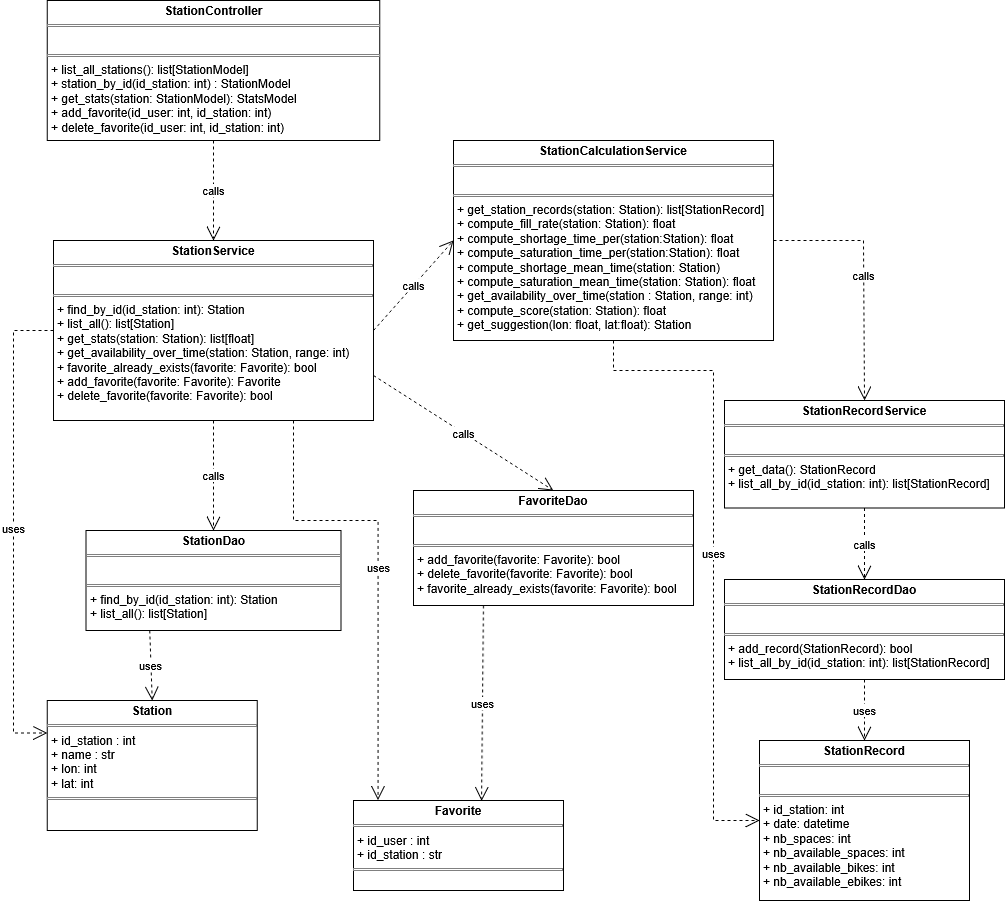
Earlier version of the draw.io export doc/rapport_analyse/img/diag_classes_station.png (Eddboy-ensai/ensai-it-project-2a-team14). Source tidied: cells renumbered, new cells last; positions are measured from the earlier drawing's top-left corner, leaving out a move shared by most shapes.
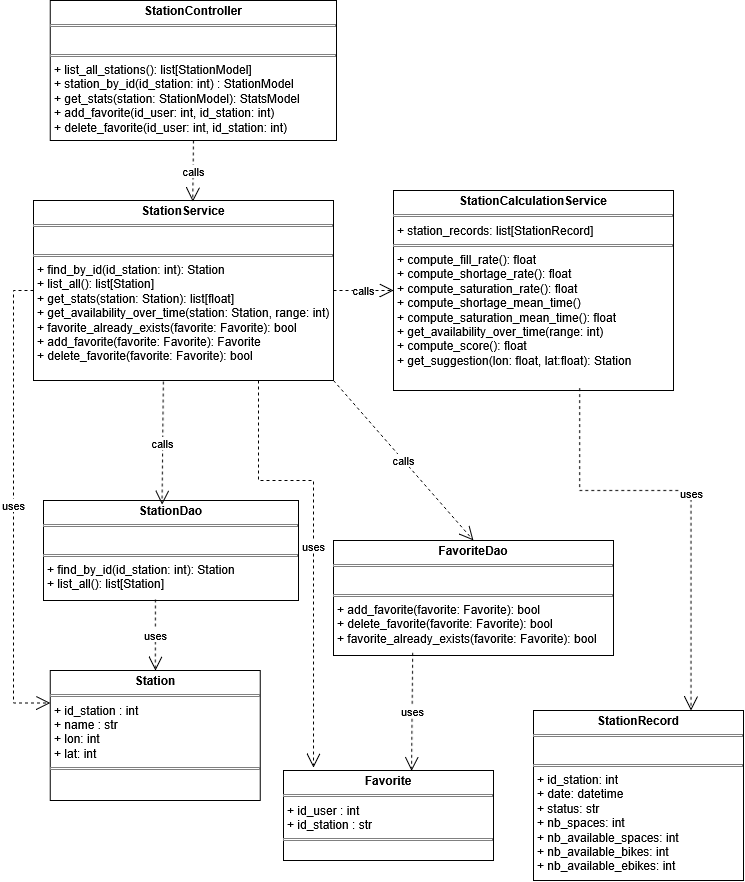
The same diagram one commit later.

What changed in the source:
```diff
@@ -3,96 +3,79 @@
     <mxCell id="0" />
     <mxCell id="1" parent="0" />
     <mxCell id="2" value="&lt;p style=&quot;margin:0px;margin-top:4px;text-align:center;&quot;&gt;&lt;b&gt;StationController&lt;/b&gt;&lt;/p&gt;&lt;hr size=&quot;1&quot; style=&quot;border-style:solid;&quot;&gt;&lt;p style=&quot;margin:0px;margin-left:4px;&quot;&gt;&lt;br&gt;&lt;/p&gt;&lt;hr size=&quot;1&quot; style=&quot;border-style:solid;&quot;&gt;&lt;p style=&quot;margin:0px;margin-left:4px;&quot;&gt;+ list_all_stations(): list[StationModel]&lt;/p&gt;&lt;p style=&quot;margin:0px;margin-left:4px;&quot;&gt;+ station_by_id(id_station: int) : StationModel&lt;/p&gt;&lt;p style=&quot;margin:0px;margin-left:4px;&quot;&gt;+ get_stats(station: StationModel): StatsModel&lt;/p&gt;&lt;p style=&quot;margin:0px;margin-left:4px;&quot;&gt;+ add_favorite(id_user: int, id_station: int)&lt;/p&gt;&lt;p style=&quot;margin:0px;margin-left:4px;&quot;&gt;+ delete_favorite(id_user: int, id_station: int)&lt;/p&gt;" style="verticalAlign=top;align=left;overflow=fill;html=1;whiteSpace=wrap;" parent="1" vertex="1">
-      <mxGeometry x="33.8" width="332.5" height="140" as="geometry" />
+      <mxGeometry x="-63.1" y="-40" width="286.2" height="140" as="geometry" />
     </mxCell>
     <mxCell id="3" value="&lt;p style=&quot;margin:0px;margin-top:4px;text-align:center;&quot;&gt;&lt;b&gt;StationService&lt;/b&gt;&lt;/p&gt;&lt;hr size=&quot;1&quot; style=&quot;border-style:solid;&quot;&gt;&lt;p style=&quot;margin:0px;margin-left:4px;&quot;&gt;&lt;br&gt;&lt;/p&gt;&lt;hr size=&quot;1&quot; style=&quot;border-style:solid;&quot;&gt;&lt;p style=&quot;margin:0px;margin-left:4px;&quot;&gt;+ find_by_id(id_station: int):&amp;nbsp;Station&lt;/p&gt;&lt;p style=&quot;margin:0px;margin-left:4px;&quot;&gt;+ list_all(): list[Station]&lt;/p&gt;&lt;p style=&quot;margin:0px;margin-left:4px;&quot;&gt;+ get_stats(station: Station): list[float]&lt;/p&gt;&lt;p style=&quot;margin:0px;margin-left:4px;&quot;&gt;+ get_availability_over_time(station: Station, range: int)&lt;/p&gt;&lt;p style=&quot;margin:0px;margin-left:4px;&quot;&gt;+ favorite_already_exists(favorite: Favorite): bool&lt;/p&gt;&lt;p style=&quot;margin:0px;margin-left:4px;&quot;&gt;+ add_favorite(favorite: Favorite): Favorite&lt;/p&gt;&lt;p style=&quot;margin:0px;margin-left:4px;&quot;&gt;+ delete_favorite(favorite: Favorite): bool&lt;/p&gt;" style="verticalAlign=top;align=left;overflow=fill;html=1;whiteSpace=wrap;" parent="1" vertex="1">
-      <mxGeometry x="40" y="240" width="320" height="180" as="geometry" />
+      <mxGeometry x="-80" y="160" width="300" height="180" as="geometry" />
     </mxCell>
     <mxCell id="4" value="&lt;p style=&quot;margin:0px;margin-top:4px;text-align:center;&quot;&gt;&lt;b&gt;StationDao&lt;/b&gt;&lt;/p&gt;&lt;hr size=&quot;1&quot; style=&quot;border-style:solid;&quot;&gt;&lt;p style=&quot;margin:0px;margin-left:4px;&quot;&gt;&lt;br&gt;&lt;/p&gt;&lt;hr size=&quot;1&quot; style=&quot;border-style:solid;&quot;&gt;&lt;p style=&quot;margin:0px;margin-left:4px;&quot;&gt;+ find_by_id(id_station: int):&amp;nbsp;Station&lt;/p&gt;&lt;p style=&quot;margin:0px;margin-left:4px;&quot;&gt;+ list_all(): list[Station]&lt;/p&gt;" style="verticalAlign=top;align=left;overflow=fill;html=1;whiteSpace=wrap;" parent="1" vertex="1">
-      <mxGeometry x="72.5" y="530" width="255" height="100" as="geometry" />
+      <mxGeometry x="-70" y="460" width="255" height="100" as="geometry" />
     </mxCell>
-    <mxCell id="5" value="&lt;p style=&quot;margin:0px;margin-top:4px;text-align:center;&quot;&gt;&lt;b&gt;StationRecordService&lt;/b&gt;&lt;/p&gt;&lt;hr size=&quot;1&quot; style=&quot;border-style:solid;&quot;&gt;&lt;p style=&quot;margin:0px;margin-left:4px;&quot;&gt;&lt;br&gt;&lt;/p&gt;&lt;hr size=&quot;1&quot; style=&quot;border-style:solid;&quot;&gt;&lt;p style=&quot;margin:0px;margin-left:4px;&quot;&gt;+ get_data():&amp;nbsp;StationRecord&lt;/p&gt;&lt;p style=&quot;margin:0px;margin-left:4px;&quot;&gt;+ list_all_by_id(id_station: int): list[StationRecord]&lt;/p&gt;" style="verticalAlign=top;align=left;overflow=fill;html=1;whiteSpace=wrap;" parent="1" vertex="1">
-      <mxGeometry x="711" y="400" width="280" height="107.5" as="geometry" />
-    </mxCell>
-    <mxCell id="6" value="&lt;p style=&quot;margin:0px;margin-top:4px;text-align:center;&quot;&gt;&lt;b&gt;StationRecordDao&lt;/b&gt;&lt;/p&gt;&lt;hr size=&quot;1&quot; style=&quot;border-style:solid;&quot;&gt;&lt;p style=&quot;margin:0px;margin-left:4px;&quot;&gt;&lt;br&gt;&lt;/p&gt;&lt;hr size=&quot;1&quot; style=&quot;border-style:solid;&quot;&gt;&lt;p style=&quot;margin:0px;margin-left:4px;&quot;&gt;+ add_record(StationRecord): bool&lt;/p&gt;&lt;p style=&quot;margin:0px;margin-left:4px;&quot;&gt;+ list_all_by_id(id_station: int): list[StationRecord]&lt;/p&gt;" style="verticalAlign=top;align=left;overflow=fill;html=1;whiteSpace=wrap;" parent="1" vertex="1">
-      <mxGeometry x="711" y="579" width="280" height="100" as="geometry" />
-    </mxCell>
-    <mxCell id="7" value="&lt;p style=&quot;margin:0px;margin-top:4px;text-align:center;&quot;&gt;&lt;b&gt;StationCalculationService&lt;/b&gt;&lt;/p&gt;&lt;hr size=&quot;1&quot; style=&quot;border-style:solid;&quot;&gt;&lt;p style=&quot;margin:0px;margin-left:4px;&quot;&gt;&lt;br&gt;&lt;/p&gt;&lt;hr size=&quot;1&quot; style=&quot;border-style:solid;&quot;&gt;&lt;p style=&quot;margin:0px;margin-left:4px;&quot;&gt;+ get_station_records(station: Station):&amp;nbsp;list[StationRecord]&lt;/p&gt;&lt;p style=&quot;margin:0px;margin-left:4px;&quot;&gt;+ compute_fill_rate(station: Station): float&lt;/p&gt;&lt;p style=&quot;margin:0px;margin-left:4px;&quot;&gt;+ compute_shortage_time_per(&lt;span style=&quot;background-color: transparent; color: light-dark(rgb(0, 0, 0), rgb(255, 255, 255));&quot;&gt;station:&lt;/span&gt;&lt;span style=&quot;background-color: transparent; color: light-dark(rgb(0, 0, 0), rgb(255, 255, 255));&quot;&gt;Station&lt;/span&gt;&lt;span style=&quot;background-color: transparent; color: light-dark(rgb(0, 0, 0), rgb(255, 255, 255));&quot;&gt;): float&lt;/span&gt;&lt;/p&gt;&lt;p style=&quot;margin:0px;margin-left:4px;&quot;&gt;+ compute_saturation_time_per(&lt;span style=&quot;background-color: transparent; color: light-dark(rgb(0, 0, 0), rgb(255, 255, 255));&quot;&gt;station:&lt;/span&gt;&lt;span style=&quot;background-color: transparent; color: light-dark(rgb(0, 0, 0), rgb(255, 255, 255));&quot;&gt;Station): float&lt;/span&gt;&lt;/p&gt;&lt;p style=&quot;margin:0px;margin-left:4px;&quot;&gt;+ compute_shortage_mean_time(station: Station)&lt;/p&gt;&lt;p style=&quot;margin:0px;margin-left:4px;&quot;&gt;+ compute_saturation_mean_time(station: Station): float&lt;/p&gt;&lt;p style=&quot;margin:0px;margin-left:4px;&quot;&gt;+ get_availability_over_time(station : Station, range: int)&lt;/p&gt;&lt;p style=&quot;margin:0px;margin-left:4px;&quot;&gt;+ compute_score(station: Station): float&lt;/p&gt;&lt;p style=&quot;margin:0px;margin-left:4px;&quot;&gt;+ get_suggestion(lon: float, lat:float): Station&lt;/p&gt;" style="verticalAlign=top;align=left;overflow=fill;html=1;whiteSpace=wrap;" parent="1" vertex="1">
-      <mxGeometry x="440" y="140" width="320" height="200" as="geometry" />
-    </mxCell>
+    <mxCell id="26" value="&lt;p style=&quot;margin:0px;margin-top:4px;text-align:center;&quot;&gt;&lt;b&gt;StationCalculationService&lt;/b&gt;&lt;/p&gt;&lt;hr size=&quot;1&quot; style=&quot;border-style:solid;&quot;&gt;&lt;p style=&quot;margin:0px;margin-left:4px;&quot;&gt;+ station_records: list[StationRecord]&lt;/p&gt;&lt;hr size=&quot;1&quot; style=&quot;border-style:solid;&quot;&gt;&lt;p style=&quot;margin:0px;margin-left:4px;&quot;&gt;+ compute_fill_rate(): float&lt;/p&gt;&lt;p style=&quot;margin:0px;margin-left:4px;&quot;&gt;+ compute_shortage_rate(&lt;span style=&quot;background-color: transparent; color: light-dark(rgb(0, 0, 0), rgb(255, 255, 255));&quot;&gt;): float&lt;/span&gt;&lt;/p&gt;&lt;p style=&quot;margin:0px;margin-left:4px;&quot;&gt;+ compute_saturation_rate(&lt;span style=&quot;background-color: transparent; color: light-dark(rgb(0, 0, 0), rgb(255, 255, 255));&quot;&gt;): float&lt;/span&gt;&lt;/p&gt;&lt;p style=&quot;margin:0px;margin-left:4px;&quot;&gt;+ compute_shortage_mean_time()&lt;/p&gt;&lt;p style=&quot;margin:0px;margin-left:4px;&quot;&gt;+ compute_saturation_mean_time(): float&lt;/p&gt;&lt;p style=&quot;margin:0px;margin-left:4px;&quot;&gt;+ get_availability_over_time(range: int)&lt;/p&gt;&lt;p style=&quot;margin:0px;margin-left:4px;&quot;&gt;+ compute_score(): float&lt;/p&gt;&lt;p style=&quot;margin:0px;margin-left:4px;&quot;&gt;+ get_suggestion(lon: float, lat:float): Station&lt;/p&gt;" style="verticalAlign=top;align=left;overflow=fill;html=1;whiteSpace=wrap;" parent="1" vertex="1">
+      <mxGeometry x="280" y="150" width="280" height="200" as="geometry" />
+    </mxCell>
     <mxCell id="8" value="&lt;p style=&quot;margin:0px;margin-top:4px;text-align:center;&quot;&gt;&lt;b&gt;Station&lt;/b&gt;&lt;/p&gt;&lt;hr size=&quot;1&quot; style=&quot;border-style:solid;&quot;&gt;&lt;p style=&quot;margin:0px;margin-left:4px;&quot;&gt;+ id_station : int&lt;/p&gt;&lt;p style=&quot;margin:0px;margin-left:4px;&quot;&gt;+ name : str&lt;/p&gt;&lt;p style=&quot;margin:0px;margin-left:4px;&quot;&gt;+ lon: int&lt;/p&gt;&lt;p style=&quot;margin:0px;margin-left:4px;&quot;&gt;+ lat: int&lt;/p&gt;&lt;hr size=&quot;1&quot; style=&quot;border-style:solid;&quot;&gt;" style="verticalAlign=top;align=left;overflow=fill;html=1;whiteSpace=wrap;" parent="1" vertex="1">
-      <mxGeometry x="33.8" y="700" width="210" height="130" as="geometry" />
+      <mxGeometry x="-63.1" y="630" width="210" height="130" as="geometry" />
     </mxCell>
-    <mxCell id="9" value="calls" style="endArrow=open;endSize=12;dashed=1;html=1;rounded=0;exitX=0.5;exitY=1;exitDx=0;exitDy=0;entryX=0.5;entryY=0;entryDx=0;entryDy=0;" parent="1" edge="1" source="2" target="3">
+    <mxCell id="9" value="calls" style="endArrow=open;endSize=12;dashed=1;html=1;rounded=0;exitX=0.5;exitY=1;exitDx=0;exitDy=0;entryX=0.531;entryY=0.006;entryDx=0;entryDy=0;entryPerimeter=0;" parent="1" edge="1" source="2" target="3">
       <mxGeometry relative="1" as="geometry" />
     </mxCell>
-    <mxCell id="10" value="calls" style="endArrow=open;endSize=12;dashed=1;html=1;rounded=0;exitX=0.5;exitY=1;exitDx=0;exitDy=0;entryX=0.5;entryY=0;entryDx=0;entryDy=0;" parent="1" edge="1" source="3" target="4">
+    <mxCell id="10" value="calls" style="endArrow=open;endSize=12;dashed=1;html=1;rounded=0;exitX=0.433;exitY=1.006;exitDx=0;exitDy=0;entryX=0.465;entryY=0.043;entryDx=0;entryDy=0;exitPerimeter=0;entryPerimeter=0;" parent="1" edge="1" source="3" target="4">
       <mxGeometry relative="1" as="geometry" />
     </mxCell>
-    <mxCell id="11" value="uses" style="endArrow=open;endSize=12;dashed=1;html=1;rounded=0;exitX=0.25;exitY=1;exitDx=0;exitDy=0;entryX=0.5;entryY=0;entryDx=0;entryDy=0;" parent="1" edge="1" source="4" target="8">
+    <mxCell id="11" value="uses" style="endArrow=open;endSize=12;dashed=1;html=1;rounded=0;exitX=0.439;exitY=0.99;exitDx=0;exitDy=0;entryX=0.5;entryY=0;entryDx=0;entryDy=0;exitPerimeter=0;" parent="1" edge="1" source="4" target="8">
       <mxGeometry relative="1" as="geometry" />
     </mxCell>
-    <mxCell id="12" value="calls" style="endArrow=open;endSize=12;dashed=1;html=1;rounded=0;exitX=0.5;exitY=1;exitDx=0;exitDy=0;entryX=0.5;entryY=0;entryDx=0;entryDy=0;" parent="1" edge="1" source="5" target="6">
-      <mxGeometry relative="1" as="geometry" />
-    </mxCell>
-    <mxCell id="13" value="calls" style="endArrow=open;endSize=12;dashed=1;html=1;rounded=0;exitX=1;exitY=0.5;exitDx=0;exitDy=0;entryX=0;entryY=0.5;entryDx=0;entryDy=0;" parent="1" edge="1" source="3" target="7">
+    <mxCell id="13" value="calls" style="endArrow=open;endSize=12;dashed=1;html=1;rounded=0;exitX=1;exitY=0.5;exitDx=0;exitDy=0;entryX=0;entryY=0.5;entryDx=0;entryDy=0;" parent="1" edge="1" source="3" target="26">
       <mxGeometry relative="1" as="geometry" />
     </mxCell>
     <mxCell id="14" value="&lt;p style=&quot;margin:0px;margin-top:4px;text-align:center;&quot;&gt;&lt;b&gt;Favorite&lt;/b&gt;&lt;/p&gt;&lt;hr size=&quot;1&quot; style=&quot;border-style:solid;&quot;&gt;&lt;p style=&quot;margin:0px;margin-left:4px;&quot;&gt;+ id_user : int&lt;/p&gt;&lt;p style=&quot;margin:0px;margin-left:4px;&quot;&gt;+ id_station : str&lt;br&gt;&lt;/p&gt;&lt;hr size=&quot;1&quot; style=&quot;border-style:solid;&quot;&gt;" style="verticalAlign=top;align=left;overflow=fill;html=1;whiteSpace=wrap;" parent="1" vertex="1">
-      <mxGeometry x="340" y="800" width="210" height="90" as="geometry" />
+      <mxGeometry x="170" y="730" width="210" height="90" as="geometry" />
     </mxCell>
     <mxCell id="15" style="edgeStyle=orthogonalEdgeStyle;rounded=0;orthogonalLoop=1;jettySize=auto;html=1;exitX=0.5;exitY=1;exitDx=0;exitDy=0;" parent="1" edge="1" source="14" target="14">
       <mxGeometry relative="1" as="geometry" />
     </mxCell>
-    <mxCell id="16" value="uses" style="endArrow=open;endSize=12;dashed=1;html=1;rounded=0;entryX=0.117;entryY=-0.004;entryDx=0;entryDy=0;entryPerimeter=0;exitX=0.75;exitY=1;exitDx=0;exitDy=0;" parent="1" edge="1" source="3" target="14">
+    <mxCell id="16" value="uses" style="endArrow=open;endSize=12;dashed=1;html=1;rounded=0;entryX=0.143;entryY=-0.033;entryDx=0;entryDy=0;entryPerimeter=0;exitX=0.75;exitY=1;exitDx=0;exitDy=0;" parent="1" edge="1" source="3" target="14">
       <mxGeometry relative="1" as="geometry">
         <Array as="points">
-          <mxPoint x="280" y="520" />
-          <mxPoint x="364.6" y="520" />
+          <mxPoint x="145" y="440" />
+          <mxPoint x="200" y="440" />
         </Array>
       </mxGeometry>
     </mxCell>
     <mxCell id="17" value="&lt;p style=&quot;margin:0px;margin-top:4px;text-align:center;&quot;&gt;&lt;b&gt;FavoriteDao&lt;/b&gt;&lt;/p&gt;&lt;hr size=&quot;1&quot; style=&quot;border-style:solid;&quot;&gt;&lt;p style=&quot;margin:0px;margin-left:4px;&quot;&gt;&lt;br&gt;&lt;/p&gt;&lt;hr size=&quot;1&quot; style=&quot;border-style:solid;&quot;&gt;&lt;p style=&quot;margin:0px;margin-left:4px;&quot;&gt;+ add_favorite(favorite: Favorite): bool&lt;/p&gt;&lt;p style=&quot;margin:0px;margin-left:4px;&quot;&gt;+ delete_favorite(favorite: Favorite): bool&lt;br&gt;&lt;/p&gt;&lt;p style=&quot;margin:0px;margin-left:4px;&quot;&gt;+ favorite_already_exists(favorite: Favorite): bool&lt;/p&gt;" style="verticalAlign=top;align=left;overflow=fill;html=1;whiteSpace=wrap;" parent="1" vertex="1">
-      <mxGeometry x="400" y="490" width="280" height="115" as="geometry" />
+      <mxGeometry x="220" y="500" width="280" height="115" as="geometry" />
     </mxCell>
-    <mxCell id="18" value="calls" style="endArrow=open;endSize=12;dashed=1;html=1;rounded=0;exitX=1;exitY=0.75;exitDx=0;exitDy=0;entryX=0.5;entryY=0;entryDx=0;entryDy=0;" parent="1" edge="1" source="3" target="17">
+    <mxCell id="18" value="calls" style="endArrow=open;endSize=12;dashed=1;html=1;rounded=0;exitX=1;exitY=1;exitDx=0;exitDy=0;entryX=0.5;entryY=0;entryDx=0;entryDy=0;" parent="1" edge="1" source="3" target="17">
       <mxGeometry relative="1" as="geometry" />
     </mxCell>
-    <mxCell id="19" value="uses" style="endArrow=open;endSize=12;dashed=1;html=1;rounded=0;exitX=0.25;exitY=1;exitDx=0;exitDy=0;entryX=0.61;entryY=0.004;entryDx=0;entryDy=0;entryPerimeter=0;" parent="1" edge="1" source="17" target="14">
+    <mxCell id="19" value="uses" style="endArrow=open;endSize=12;dashed=1;html=1;rounded=0;exitX=0.283;exitY=0.977;exitDx=0;exitDy=0;entryX=0.61;entryY=0.004;entryDx=0;entryDy=0;entryPerimeter=0;exitPerimeter=0;" parent="1" edge="1" source="17" target="14">
       <mxGeometry relative="1" as="geometry" />
     </mxCell>
-    <mxCell id="20" value="&lt;p style=&quot;margin:0px;margin-top:4px;text-align:center;&quot;&gt;&lt;b&gt;StationRecord&lt;/b&gt;&lt;/p&gt;&lt;hr size=&quot;1&quot; style=&quot;border-style:solid;&quot;&gt;&lt;p style=&quot;margin:0px;margin-left:4px;&quot;&gt;&lt;br&gt;&lt;/p&gt;&lt;hr size=&quot;1&quot; style=&quot;border-style:solid;&quot;&gt;&lt;p style=&quot;margin:0px;margin-left:4px;&quot;&gt;+ id_station: int&lt;/p&gt;&lt;p style=&quot;margin:0px;margin-left:4px;&quot;&gt;+ date: datetime&lt;/p&gt;&lt;p style=&quot;margin:0px;margin-left:4px;&quot;&gt;+ nb_spaces: int&lt;/p&gt;&lt;p style=&quot;margin:0px;margin-left:4px;&quot;&gt;+ nb_available_spaces: int&lt;/p&gt;&lt;p style=&quot;margin:0px;margin-left:4px;&quot;&gt;+ nb_available_bikes: int&lt;/p&gt;&lt;p style=&quot;margin:0px;margin-left:4px;&quot;&gt;+ nb_available_ebikes: int&lt;/p&gt;" style="verticalAlign=top;align=left;overflow=fill;html=1;whiteSpace=wrap;" parent="1" vertex="1">
-      <mxGeometry x="746" y="740" width="210" height="160" as="geometry" />
-    </mxCell>
-    <mxCell id="21" value="uses" style="endArrow=open;endSize=12;dashed=1;html=1;rounded=0;exitX=0.5;exitY=1;exitDx=0;exitDy=0;entryX=0.5;entryY=0;entryDx=0;entryDy=0;" parent="1" edge="1" source="6" target="20">
-      <mxGeometry relative="1" as="geometry" />
-    </mxCell>
-    <mxCell id="22" value="uses" style="endArrow=open;endSize=12;dashed=1;html=1;rounded=0;exitX=0.5;exitY=1;exitDx=0;exitDy=0;entryX=0;entryY=0.5;entryDx=0;entryDy=0;" parent="1" edge="1" source="7" target="20">
-      <mxGeometry relative="1" as="geometry">
-        <Array as="points">
-          <mxPoint x="600" y="370" />
-          <mxPoint x="700" y="370" />
-          <mxPoint x="700" y="820" />
-        </Array>
-      </mxGeometry>
-    </mxCell>
+    <mxCell id="27" value="&lt;p style=&quot;margin:0px;margin-top:4px;text-align:center;&quot;&gt;&lt;b&gt;StationRecord&lt;/b&gt;&lt;/p&gt;&lt;hr size=&quot;1&quot; style=&quot;border-style:solid;&quot;&gt;&lt;p style=&quot;margin:0px;margin-left:4px;&quot;&gt;&lt;br&gt;&lt;/p&gt;&lt;hr size=&quot;1&quot; style=&quot;border-style:solid;&quot;&gt;&lt;p style=&quot;margin:0px;margin-left:4px;&quot;&gt;+ id_station: int&lt;/p&gt;&lt;p style=&quot;margin:0px;margin-left:4px;&quot;&gt;+ date: datetime&lt;/p&gt;&lt;p style=&quot;margin:0px;margin-left:4px;&quot;&gt;+ status: str&lt;/p&gt;&lt;p style=&quot;margin:0px;margin-left:4px;&quot;&gt;+ nb_spaces: int&lt;/p&gt;&lt;p style=&quot;margin:0px;margin-left:4px;&quot;&gt;+ nb_available_spaces: int&lt;/p&gt;&lt;p style=&quot;margin:0px;margin-left:4px;&quot;&gt;+ nb_available_bikes: int&lt;/p&gt;&lt;p style=&quot;margin:0px;margin-left:4px;&quot;&gt;+ nb_available_ebikes: int&lt;/p&gt;" style="verticalAlign=top;align=left;overflow=fill;html=1;whiteSpace=wrap;" parent="1" vertex="1">
+      <mxGeometry x="420" y="670" width="210" height="170" as="geometry" />
+    </mxCell>
     <mxCell id="23" value="uses" style="endArrow=open;endSize=12;dashed=1;html=1;rounded=0;exitX=0;exitY=0.5;exitDx=0;exitDy=0;entryX=0;entryY=0.25;entryDx=0;entryDy=0;" parent="1" edge="1" source="3" target="8">
       <mxGeometry relative="1" as="geometry">
         <Array as="points">
-          <mxPoint y="330" />
-          <mxPoint y="732.5" />
+          <mxPoint x="-100" y="250" />
+          <mxPoint x="-100" y="662.5" />
         </Array>
       </mxGeometry>
     </mxCell>
-    <mxCell id="24" value="calls" style="endArrow=open;endSize=12;dashed=1;html=1;rounded=0;exitX=1;exitY=0.5;exitDx=0;exitDy=0;entryX=0.5;entryY=0;entryDx=0;entryDy=0;" parent="1" edge="1" source="7" target="5">
-      <mxGeometry relative="1" as="geometry">
-        <Array as="points">
-          <mxPoint x="850" y="240" />
-        </Array>
-      </mxGeometry>
-    </mxCell>
-    <mxCell id="25" style="edgeStyle=orthogonalEdgeStyle;rounded=0;orthogonalLoop=1;jettySize=auto;html=1;innerLoopWaypoints=1;exitX=0.5;exitY=1;exitDx=0;exitDy=0;" parent="1" edge="1" source="6" target="6">
-      <mxGeometry relative="1" as="geometry" />
-    </mxCell>
+    <mxCell id="28" style="edgeStyle=orthogonalEdgeStyle;rounded=0;orthogonalLoop=1;jettySize=auto;html=1;innerLoopWaypoints=1;exitX=0.5;exitY=1;exitDx=0;exitDy=0;" parent="1" edge="1">
+      <mxGeometry relative="1" as="geometry">
+        <mxPoint x="535" y="460" as="sourcePoint" />
+        <mxPoint x="535" y="460" as="targetPoint" />
+      </mxGeometry>
+    </mxCell>
+    <mxCell id="29" value="uses" style="endArrow=open;endSize=12;dashed=1;html=1;rounded=0;exitX=0.665;exitY=0.988;exitDx=0;exitDy=0;entryX=0.75;entryY=0;entryDx=0;entryDy=0;exitPerimeter=0;" parent="1" edge="1" source="26" target="27">
+      <mxGeometry relative="1" as="geometry">
+        <Array as="points">
+          <mxPoint x="466.2" y="450" />
+          <mxPoint x="577.5" y="450" />
+        </Array>
+      </mxGeometry>
+    </mxCell>
   </root>
 </mxGraphModel>
```
